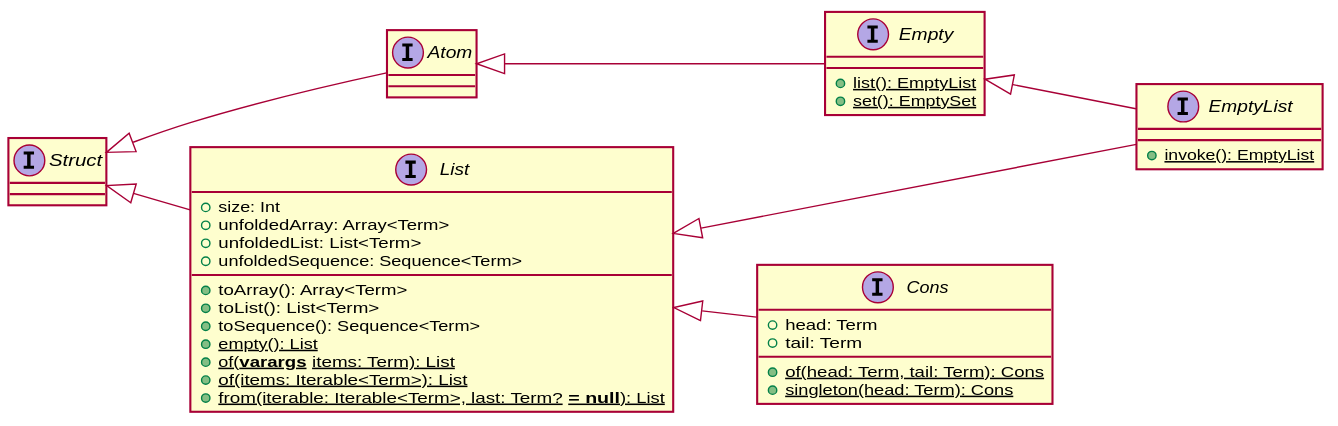
This is img/list.svg from gciatto-unibo/2p-kt-presentation, a PlantUML export, as it was before one commit.
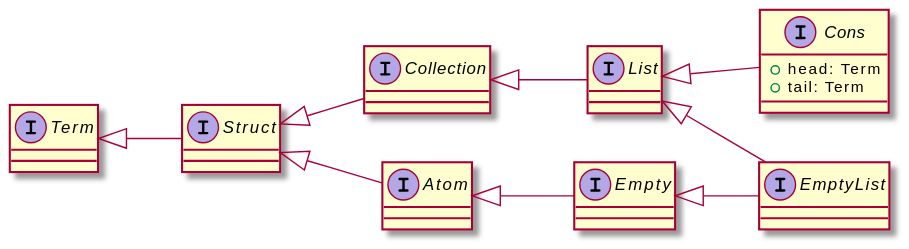
After the commit.

Change to the diagram source:
```diff
@@ -1,38 +1,26 @@
 @startuml
 left to right direction
-skinparam shadowing false
 
+interface Term
 interface Struct
+interface Collection
 interface Atom
 interface Empty {
-  + {static} list(): EmptyList
-  + {static} set(): EmptySet
 }
 interface EmptyList {
-  + {static} invoke(): EmptyList
 }
 interface List {
-  + size: Int
-  + unfoldedArray: Array<Term>
-  + unfoldedList: List<Term>
-  + unfoldedSequence: Sequence<Term>
-  + toArray(): Array<Term>
-  + toList(): List<Term>
-  + toSequence(): Sequence<Term>
-  + {static} empty(): List
-  + {static} of(**varargs** items: Term): List
-  + {static} of(items: Iterable<Term>): List
-  + {static} from(iterable: Iterable<Term>, last: Term? **= null**): List
 }
 interface Cons {
   + head: Term
   + tail: Term
-  + {static} of(head: Term, tail: Term): Cons
-  + {static} singleton(head: Term): Cons
 }
 
+Term <|-- Struct
+Struct <|-- Collection
+
 Struct <|-- Atom
-Struct <|-- List
+Collection <|-- List
 
 Atom <|-- Empty
 
```
